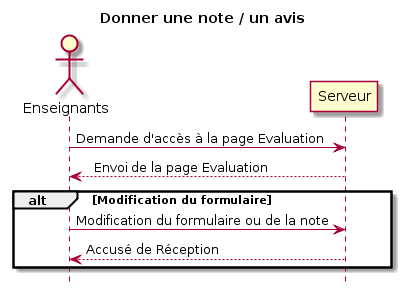
Lilieon/MOCI---Projet-stage keeps this PlantUML diagram as Diagramme/ENSEIGNANT/Donner une note - un avis.png. Above is the earlier version. Source of this version:
```plantuml
@startuml
title Donner une note / un avis


actor Enseignants

Enseignants  -> Serveur: Demande d'accès à la page Evaluation
Serveur --> Enseignants : Envois de la page Evaluation


alt Modification du formulaire
    Enseignants  -> Serveur: Modification du formulaire ou de la note
    Serveur --> Enseignants : Accusé de Réception
end

hide footbox
@enduml
```
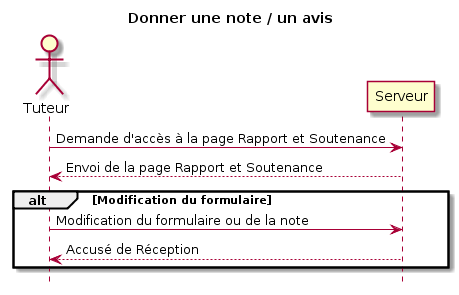
The same diagram one commit later.

Commit message:
Modification des diagrammes Enseignant et suppression du tableau

The edit, as a diff of the source:
```diff
@@ -2,15 +2,15 @@
 title Donner une note / un avis
 
 
-actor Enseignants
-
-Enseignants  -> Serveur: Demande d'accès à la page Evaluation
-Serveur --> Enseignants : Envois de la page Evaluation
+actor Tuteur
 
 
+Tuteur   -> Serveur: Demande d'accès à la page Rapport et Soutenance
+Serveur --> Tuteur  : Envoi de la page Rapport et Soutenance
+
 alt Modification du formulaire
-    Enseignants  -> Serveur: Modification du formulaire ou de la note
-    Serveur --> Enseignants : Accusé de Réception
+    Tuteur   -> Serveur: Modification du formulaire ou de la note
+    Serveur --> Tuteur  : Accusé de Réception
 end
 
 hide footbox
```
